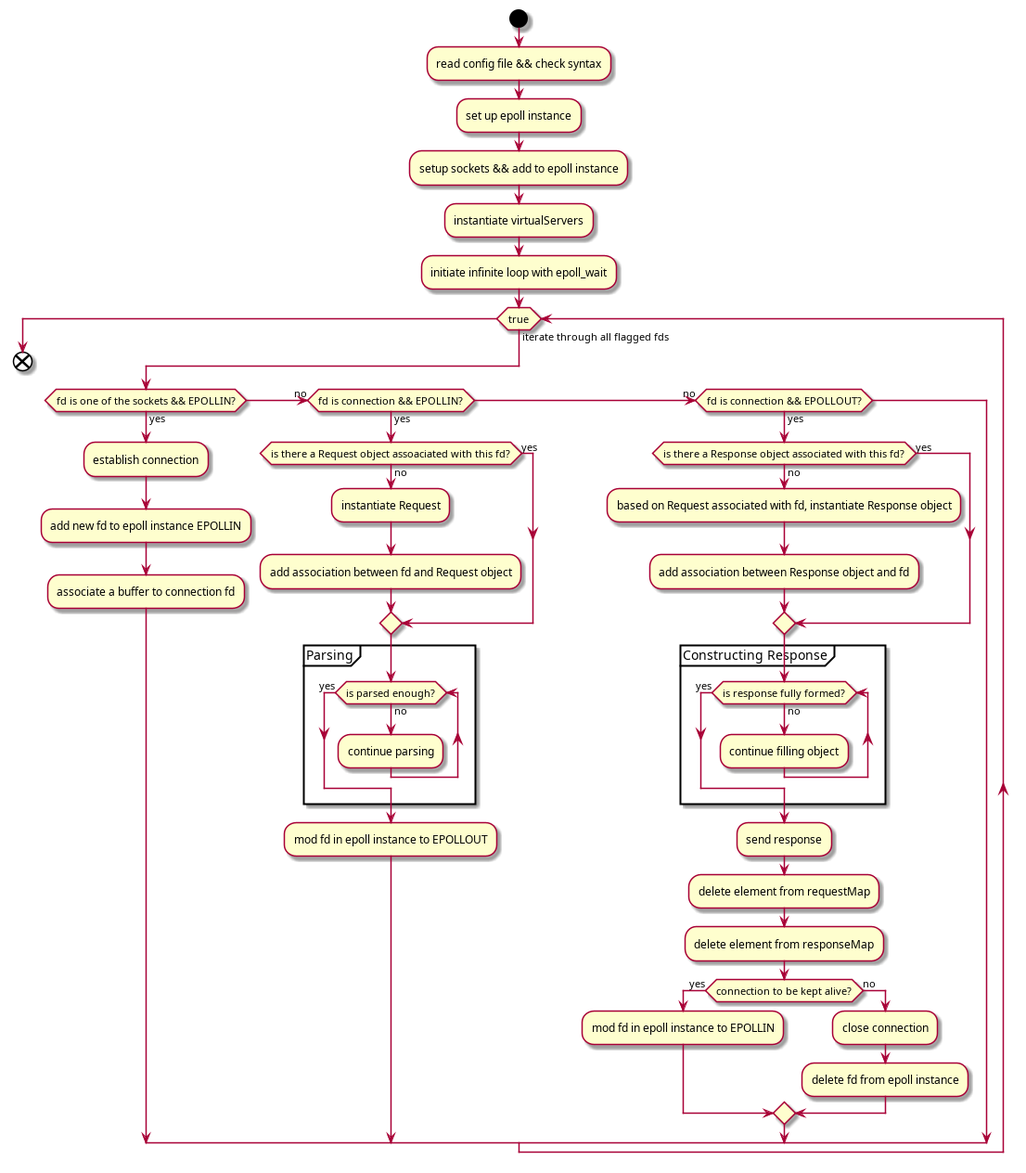
This is docs/webservFlow.png from thaisnishimoto/42sp_Webserv, a PlantUML export, as it was before one commit. Its source is kept beside it as docs/webservFlow.puml.
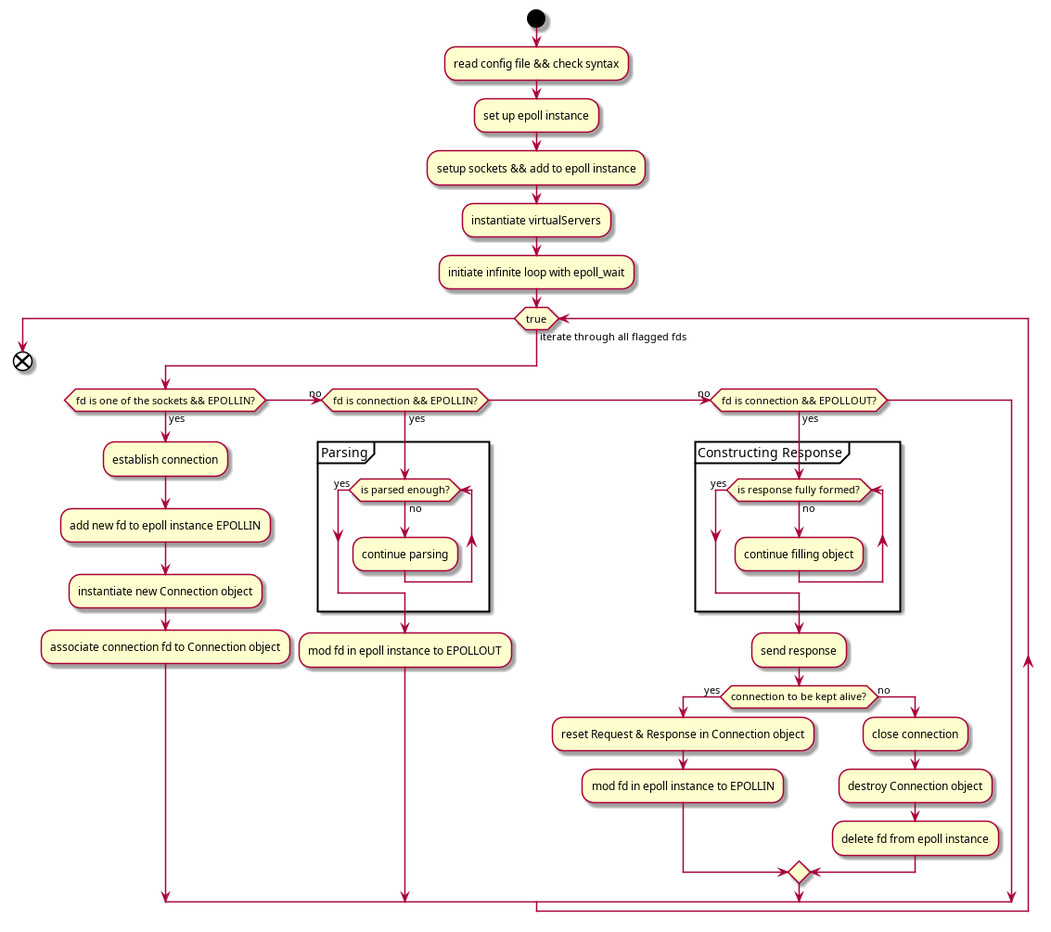
After the change.

Commit message:
docs: creation of Connection class and adaptation of program flow

Diff of the diagram source:
```diff
@@ -1,4 +1,5 @@
 @startuml
+!pragma layout smetana
 
 start
 :read config file && check syntax;
@@ -10,38 +11,29 @@
 	if (fd is one of the sockets && EPOLLIN?) then (yes)
 		:establish connection;
 		:add new fd to epoll instance EPOLLIN;
-		:associate a buffer to connection fd;
+		:instantiate new Connection object;
+		:associate connection fd to Connection object;
 	(no) elseif (fd is connection && EPOLLIN?) then (yes)
-		if (is there a Request object assoaciated with this fd?) then (no)
-			:instantiate Request;
-			:add association between fd and Request object;
-		else (yes)
-		endif
-			group Parsing
-			while (is parsed enough?) is (no)
-				:continue parsing;
-			endwhile (yes)
-			end group
-			:mod fd in epoll instance to EPOLLOUT;
+		group Parsing
+		while (is parsed enough?) is (no)
+			:continue parsing;
+		endwhile (yes)
+		end group
+		:mod fd in epoll instance to EPOLLOUT;
 	(no) elseif (fd is connection && EPOLLOUT?) then (yes)
-		if (is there a Response object associated with this fd?) then (no)
-			:based on Request associated with fd, instantiate Response object;
-			:add association between Response object and fd;
-		else (yes)
-		endif
-			group Constructing Response
-			while (is response fully formed?) is (no)
-				:continue filling object;
-			endwhile (yes)
-			end group
-			:send response;
-			:delete element from requestMap;
-			:delete element from responseMap;
-			if (connection to be kept alive?) then (yes)
-				:mod fd in epoll instance to EPOLLIN;
-			else (no)
-				:close connection;
-				:delete fd from epoll instance;
+		group Constructing Response
+		while (is response fully formed?) is (no)
+			:continue filling object;
+		endwhile (yes)
+		end group
+		:send response;
+		if (connection to be kept alive?) then (yes)
+			:reset Request & Response in Connection object;
+			:mod fd in epoll instance to EPOLLIN;
+		else (no)
+			:close connection;
+			:destroy Connection object;
+			:delete fd from epoll instance;
 		endif
 	endif
 endwhile
```
